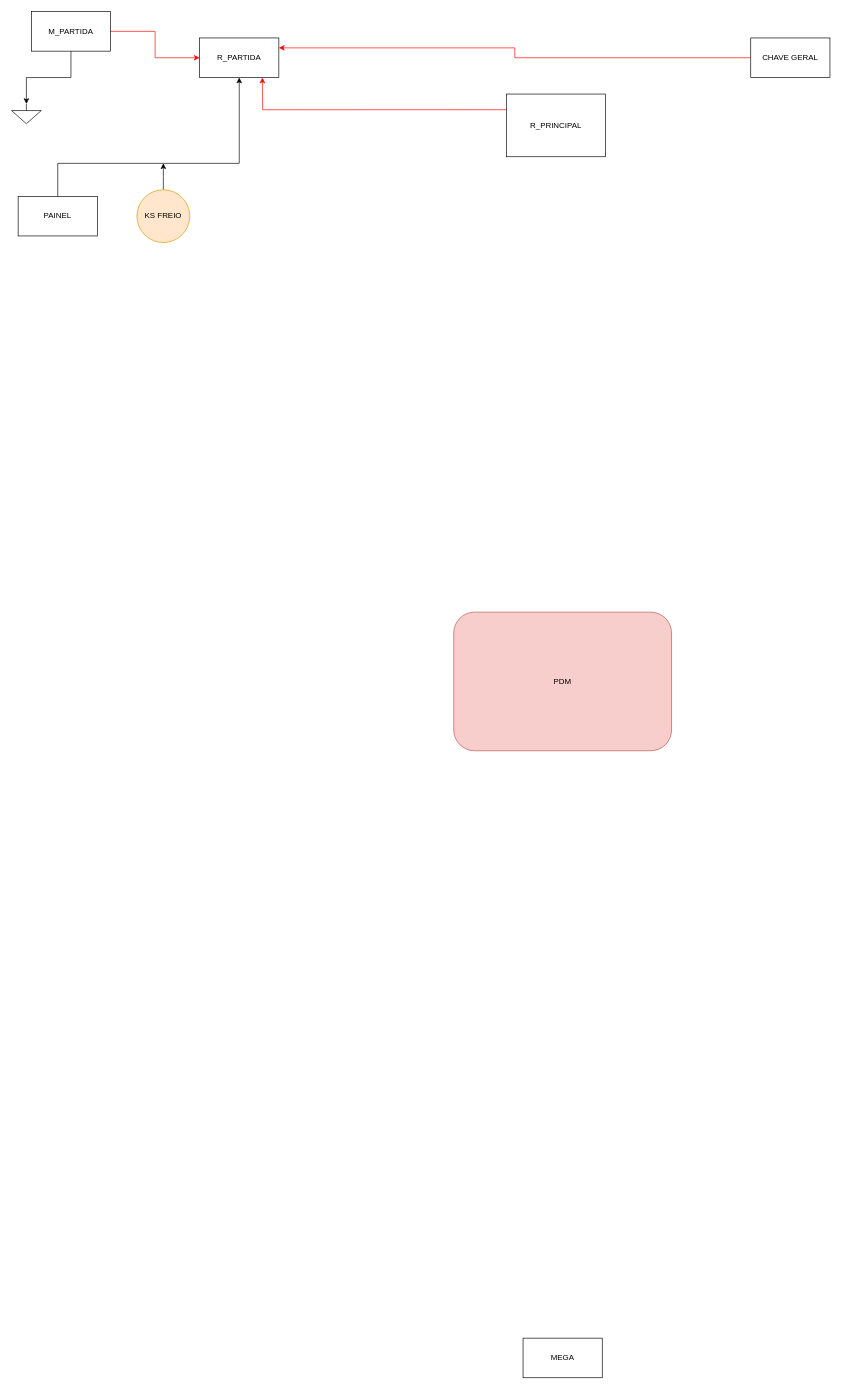
Before: MalhaPotenciaBancada.drawio in tutorres/FormulaMM, a draw.io diagram. Source tidied: cells renumbered, new cells numbered last; positions are measured from the earlier drawing's top-left corner, leaving out a move shared by most shapes. Both pictures are drawn from the tidied source at 66%, with x=0, y=0 at pixel (11, 11).
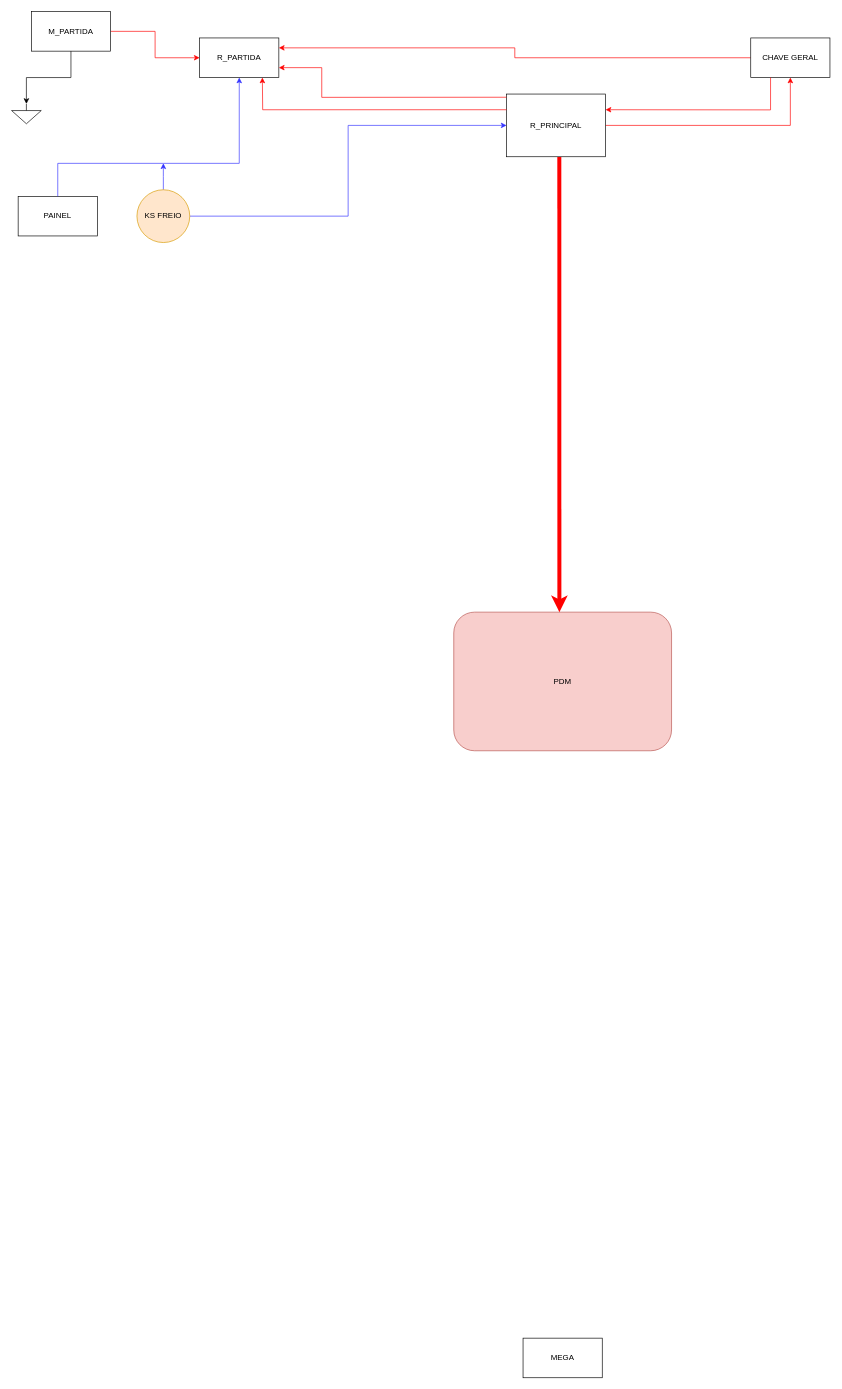
After the change.

The change refers to these unchanged cells:
```xml
<mxCell id="3" value="PDM" style="rounded=1;whiteSpace=wrap;html=1;fillColor=#f8cecc;strokeColor=#b85450;" parent="1" vertex="1">
  <mxGeometry x="670" y="910" width="330" height="210" as="geometry" />
</mxCell>
<mxCell id="6" value="R_PARTIDA" style="rounded=0;whiteSpace=wrap;html=1;" parent="1" vertex="1">
  <mxGeometry x="285" y="40" width="120" height="60" as="geometry" />
</mxCell>
<mxCell id="10" value="CHAVE GERAL" style="rounded=0;whiteSpace=wrap;html=1;" parent="1" vertex="1">
  <mxGeometry x="1120" y="40" width="120" height="60" as="geometry" />
</mxCell>
<mxCell id="11" value="PAINEL" style="rounded=0;whiteSpace=wrap;html=1;" parent="1" vertex="1">
  <mxGeometry x="10" y="280" width="120" height="60" as="geometry" />
</mxCell>
<mxCell id="13" value="KS FREIO" style="ellipse;whiteSpace=wrap;html=1;fillColor=#ffe6cc;strokeColor=#d79b00;" parent="1" vertex="1">
  <mxGeometry x="190" y="270" width="80" height="80" as="geometry" />
</mxCell>
<mxCell id="15" value="R_PRINCIPAL" style="rounded=0;whiteSpace=wrap;html=1;" parent="1" vertex="1">
  <mxGeometry x="750" y="125" width="150" height="95" as="geometry" />
</mxCell>
```

Change to the diagram source:
```diff
@@
-    <mxCell id="12" style="edgeStyle=orthogonalEdgeStyle;rounded=0;jettySize=auto;html=1;" parent="1" edge="1" source="13">
+    <mxCell id="12" style="edgeStyle=orthogonalEdgeStyle;rounded=0;jettySize=auto;html=1;strokeColor=#3333FF;" parent="1" edge="1" source="13">
       <mxGeometry relative="1" as="geometry">
         <mxPoint x="230" y="230" as="targetPoint" />
       </mxGeometry>
     </mxCell>
+    <mxCell id="17" style="edgeStyle=orthogonalEdgeStyle;rounded=0;jettySize=auto;html=1;entryX=0;entryY=0.5;entryDx=0;entryDy=0;strokeColor=#3333FF;" parent="1" edge="1" source="13" target="15">
+      <mxGeometry relative="1" as="geometry" />
+    </mxCell>
@@
-    <mxCell id="14" style="endArrow=classic;html=1;rounded=0;exitX=0.5;exitY=0;exitDx=0;exitDy=0;entryX=0.5;entryY=1;entryDx=0;entryDy=0;" parent="1" edge="1" source="11" target="6">
+    <mxCell id="14" style="endArrow=classic;html=1;rounded=0;exitX=0.5;exitY=0;exitDx=0;exitDy=0;entryX=0.5;entryY=1;entryDx=0;entryDy=0;strokeColor=#3333FF;" parent="1" edge="1" source="11" target="6">
       <mxGeometry relative="1" as="geometry">
         <Array as="points">
           <mxPoint x="70" y="230" />
           <mxPoint x="345" y="230" />
         </Array>
       </mxGeometry>
     </mxCell>
+    <mxCell id="18" style="edgeStyle=orthogonalEdgeStyle;rounded=0;jettySize=auto;html=1;entryX=0.5;entryY=1;entryDx=0;entryDy=0;strokeColor=#FF0000;" parent="1" edge="1" source="15" target="10">
+      <mxGeometry relative="1" as="geometry" />
+    </mxCell>
@@
+    <mxCell id="19" style="endArrow=classic;html=1;rounded=0;exitX=0.25;exitY=1;exitDx=0;exitDy=0;entryX=1;entryY=0.25;entryDx=0;entryDy=0;strokeColor=#FF0000;" parent="1" edge="1" source="10" target="15">
+      <mxGeometry relative="1" as="geometry">
+        <Array as="points">
+          <mxPoint x="1150" y="149" />
+        </Array>
+      </mxGeometry>
+    </mxCell>
+    <mxCell id="20" style="endArrow=classic;html=1;rounded=0;exitX=-0.002;exitY=0.051;exitDx=0;exitDy=0;entryX=1;entryY=0.75;entryDx=0;entryDy=0;exitPerimeter=0;strokeColor=#FF0000;" parent="1" edge="1" source="15" target="6">
+      <mxGeometry relative="1" as="geometry">
+        <Array as="points">
+          <mxPoint x="470" y="130" />
+          <mxPoint x="470" y="85" />
+        </Array>
+      </mxGeometry>
+    </mxCell>
+    <mxCell id="21" style="endArrow=classic;html=1;rounded=0;exitX=0.533;exitY=1.003;exitDx=0;exitDy=0;exitPerimeter=0;entryX=0.485;entryY=0;entryDx=0;entryDy=0;entryPerimeter=0;strokeWidth=6;strokeColor=#FF0000;" parent="1" edge="1" source="15" target="3">
+      <mxGeometry relative="1" as="geometry" />
+    </mxCell>
```
